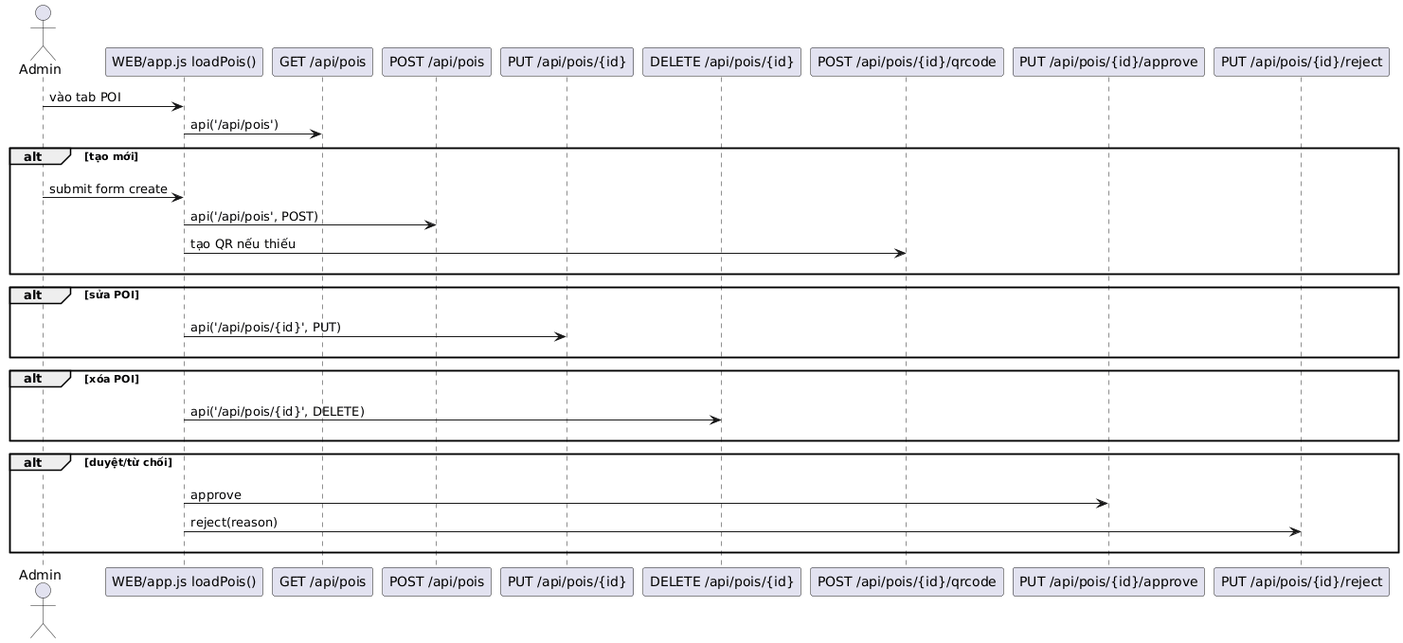
Above: Diagrams/SE Admin QuanLyPOI.png in hoangtri22/TravelGuide (PlantUML), before the change. Source of this version:
```plantuml
@startuml
actor Admin as A
participant "WEB/app.js loadPois()" as FE
participant "GET /api/pois" as GET
participant "POST /api/pois" as POST
participant "PUT /api/pois/{id}" as PUT
participant "DELETE /api/pois/{id}" as DEL
participant "POST /api/pois/{id}/qrcode" as QR
participant "PUT /api/pois/{id}/approve" as APP
participant "PUT /api/pois/{id}/reject" as REJ
A -> FE : vào tab POI
FE -> GET : api('/api/pois')
alt tạo mới
  A -[hidden]-> REJ
  A -> FE : submit form create
  FE -> POST : api('/api/pois', POST)
  FE -> QR : tạo QR nếu thiếu
  REJ -[hidden]-> A
end
alt sửa POI
  A -[hidden]-> REJ
  FE -> PUT : api('/api/pois/{id}', PUT)
  REJ -[hidden]-> A
end
alt xóa POI
  A -[hidden]-> REJ
  FE -> DEL : api('/api/pois/{id}', DELETE)
  REJ -[hidden]-> A
end
alt duyệt/từ chối
  A -[hidden]-> REJ
  FE -> APP : approve
  FE -> REJ : reject(reason)
  REJ -[hidden]-> A
end
@enduml
```
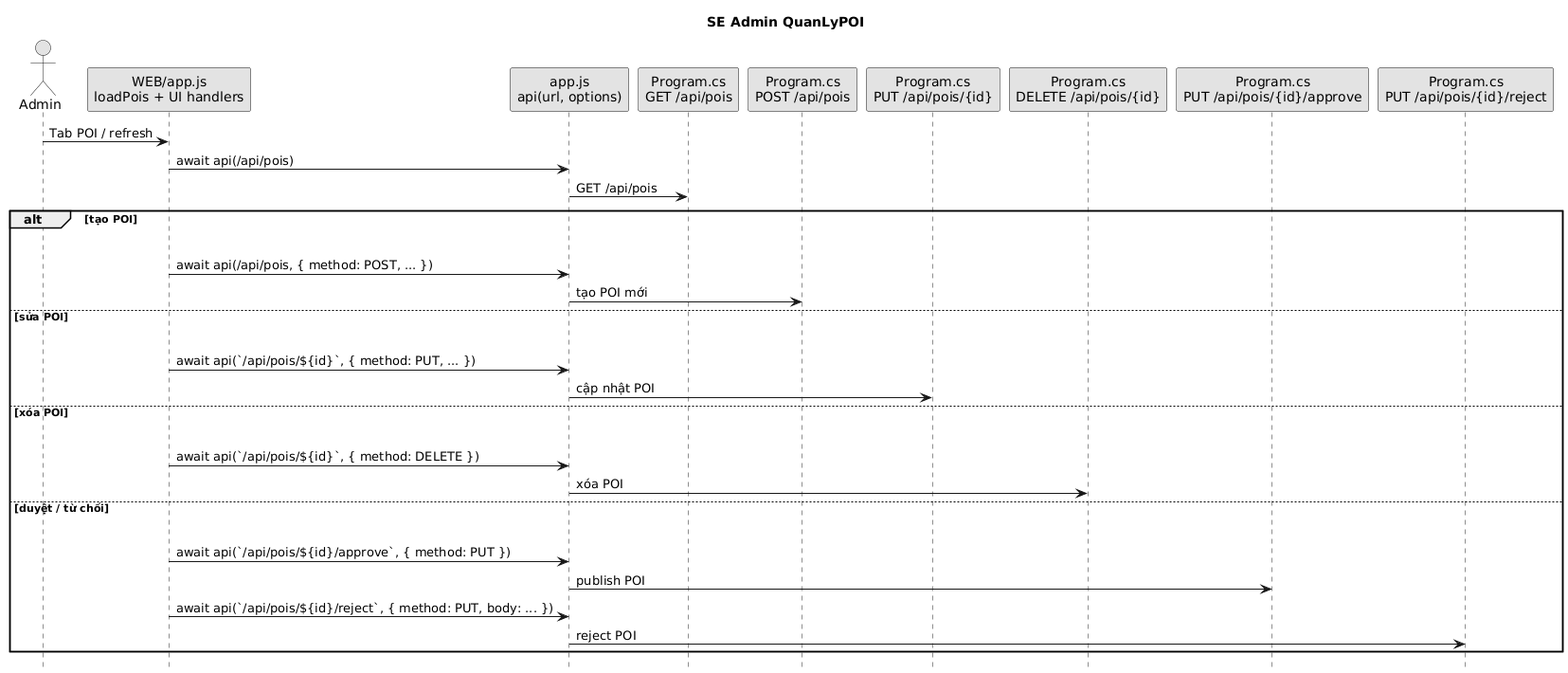
Above is the later version.

The edit, as a diff of the source:
```diff
@@ -1,36 +1,41 @@
 @startuml
+title SE Admin QuanLyPOI
+skinparam shadowing false
+skinparam monochrome true
+hide footbox
 actor Admin as A
-participant "WEB/app.js loadPois()" as FE
-participant "GET /api/pois" as GET
-participant "POST /api/pois" as POST
-participant "PUT /api/pois/{id}" as PUT
-participant "DELETE /api/pois/{id}" as DEL
-participant "POST /api/pois/{id}/qrcode" as QR
-participant "PUT /api/pois/{id}/approve" as APP
-participant "PUT /api/pois/{id}/reject" as REJ
-A -> FE : vào tab POI
-FE -> GET : api('/api/pois')
-alt tạo mới
-  A -[hidden]-> REJ
-  A -> FE : submit form create
-  FE -> POST : api('/api/pois', POST)
-  FE -> QR : tạo QR nếu thiếu
-  REJ -[hidden]-> A
-end
-alt sửa POI
-  A -[hidden]-> REJ
-  FE -> PUT : api('/api/pois/{id}', PUT)
-  REJ -[hidden]-> A
-end
-alt xóa POI
-  A -[hidden]-> REJ
-  FE -> DEL : api('/api/pois/{id}', DELETE)
-  REJ -[hidden]-> A
-end
-alt duyệt/từ chối
-  A -[hidden]-> REJ
-  FE -> APP : approve
-  FE -> REJ : reject(reason)
-  REJ -[hidden]-> A
+participant "WEB/app.js\nloadPois + UI handlers" as FE
+participant "app.js\napi(url, options)" as APIJS
+participant "Program.cs\nGET /api/pois" as GET
+participant "Program.cs\nPOST /api/pois" as POST
+participant "Program.cs\nPUT /api/pois/{id}" as PUT
+participant "Program.cs\nDELETE /api/pois/{id}" as DEL
+participant "Program.cs\nPUT /api/pois/{id}/approve" as APP
+participant "Program.cs\nPUT /api/pois/{id}/reject" as REJ
+A -> FE : Tab POI / refresh
+FE -> APIJS : await api(/api/pois)
+APIJS -> GET : GET /api/pois
+alt tạo POI
+  A -[hidden]-> FE
+  APIJS -[hidden]-> REJ
+  FE -> APIJS : await api(/api/pois, { method: POST, ... })
+  APIJS -> POST : tạo POI mới
+else sửa POI
+  A -[hidden]-> FE
+  APIJS -[hidden]-> REJ
+  FE -> APIJS : await api(`/api/pois/${id}`, { method: PUT, ... })
+  APIJS -> PUT : cập nhật POI
+else xóa POI
+  A -[hidden]-> FE
+  APIJS -[hidden]-> REJ
+  FE -> APIJS : await api(`/api/pois/${id}`, { method: DELETE })
+  APIJS -> DEL : xóa POI
+else duyệt / từ chối
+  A -[hidden]-> FE
+  APIJS -[hidden]-> REJ
+  FE -> APIJS : await api(`/api/pois/${id}/approve`, { method: PUT })
+  APIJS -> APP : publish POI
+  FE -> APIJS : await api(`/api/pois/${id}/reject`, { method: PUT, body: ... })
+  APIJS -> REJ : reject POI
 end
 @enduml
```
